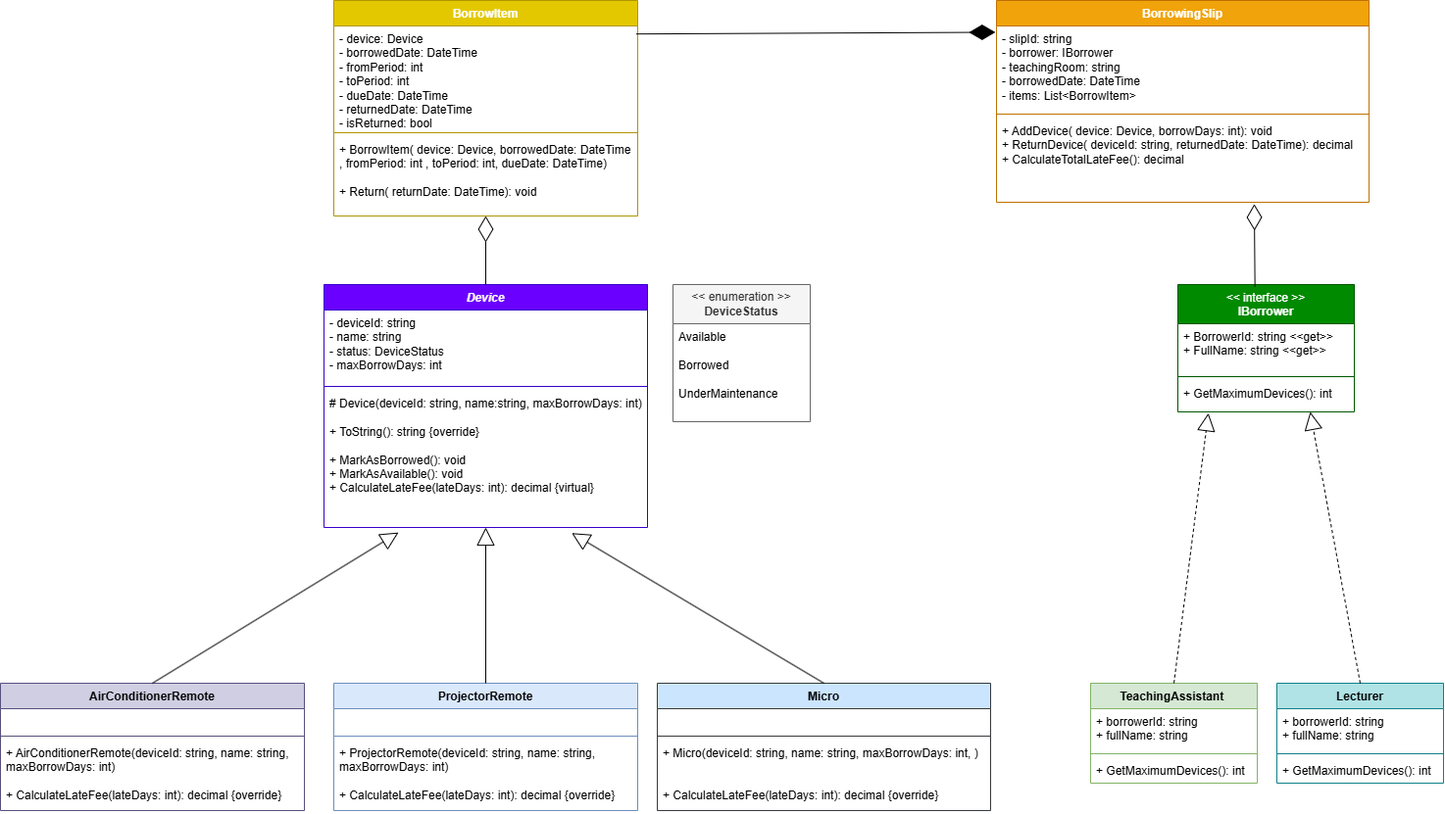
Vithx06/OOP_LAB keeps this draw.io diagram as LAB_06/UML/Business_UML.png. Above is the earlier version. Source tidied: cells renumbered, new cells last; positions are measured from the earlier drawing's top-left corner, leaving out a move shared by most shapes.
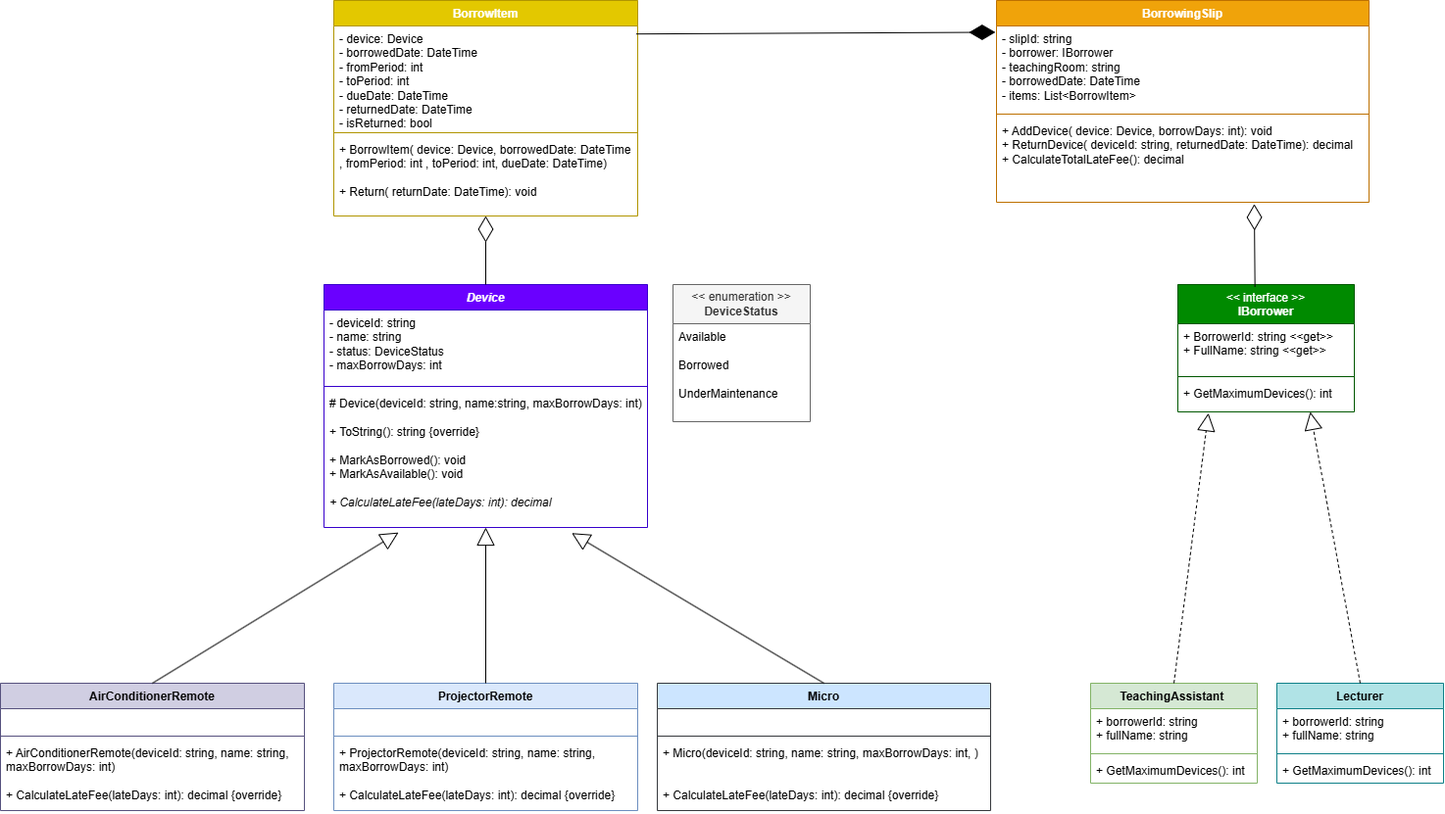
After the commit.

Commit message:
Lab_06 update Business class

What changed in the source:
```diff
@@ -59,7 +59,7 @@
     <mxCell id="20" style="line;strokeWidth=1;fillColor=none;align=left;verticalAlign=middle;spacingTop=-1;spacingLeft=3;spacingRight=3;labelPosition=right;strokeColor=inherit;" parent="18" vertex="1">
       <mxGeometry y="100" width="330" height="8" as="geometry" />
     </mxCell>
-    <mxCell id="21" value="&lt;div&gt;# Device(deviceId: string, name:string,&amp;nbsp;&lt;span style=&quot;background-color: transparent; color: light-dark(rgb(0, 0, 0), rgb(255, 255, 255));&quot;&gt;maxBorrowDays: int)&lt;/span&gt;&lt;/div&gt;&lt;div&gt;&lt;br&gt;&lt;/div&gt;&lt;div&gt;+ ToString(): string {override}&lt;/div&gt;&lt;div&gt;&lt;br&gt;&lt;/div&gt;&lt;div&gt;+ MarkAsBorrowed(): void&lt;/div&gt;&lt;div&gt;+ MarkAsAvailable(): void&lt;/div&gt;&lt;div&gt;+ CalculateLateFee(lateDays: int): decimal {virtual}&lt;/div&gt;" style="text;strokeColor=none;fillColor=none;align=left;verticalAlign=top;spacingLeft=4;spacingRight=4;overflow=hidden;points=[[0,0.5],[1,0.5]];portConstraint=eastwest;whiteSpace=wrap;html=1;" parent="18" vertex="1">
+    <mxCell id="21" value="&lt;div&gt;# Device(deviceId: string, name:string,&amp;nbsp;&lt;span style=&quot;background-color: transparent; color: light-dark(rgb(0, 0, 0), rgb(255, 255, 255));&quot;&gt;maxBorrowDays: int)&lt;/span&gt;&lt;/div&gt;&lt;div&gt;&lt;br&gt;&lt;/div&gt;&lt;div&gt;+ ToString(): string {override}&lt;/div&gt;&lt;div&gt;&lt;br&gt;&lt;/div&gt;&lt;div&gt;+ MarkAsBorrowed(): void&lt;/div&gt;&lt;div&gt;+ MarkAsAvailable(): void&lt;/div&gt;&lt;div&gt;&lt;br&gt;&lt;/div&gt;&lt;div&gt;&lt;i&gt;+ CalculateLateFee(lateDays: int): decimal&amp;nbsp;&lt;/i&gt;&lt;/div&gt;" style="text;strokeColor=none;fillColor=none;align=left;verticalAlign=top;spacingLeft=4;spacingRight=4;overflow=hidden;points=[[0,0.5],[1,0.5]];portConstraint=eastwest;whiteSpace=wrap;html=1;" parent="18" vertex="1">
       <mxGeometry y="108" width="330" height="140" as="geometry" />
     </mxCell>
     <mxCell id="22" value="Lecturer" style="swimlane;fontStyle=1;align=center;verticalAlign=top;horizontal=1;startSize=26;whiteSpace=wrap;html=1;fillColor=#b0e3e6;strokeColor=#0e8088;" parent="1" vertex="1">
```
